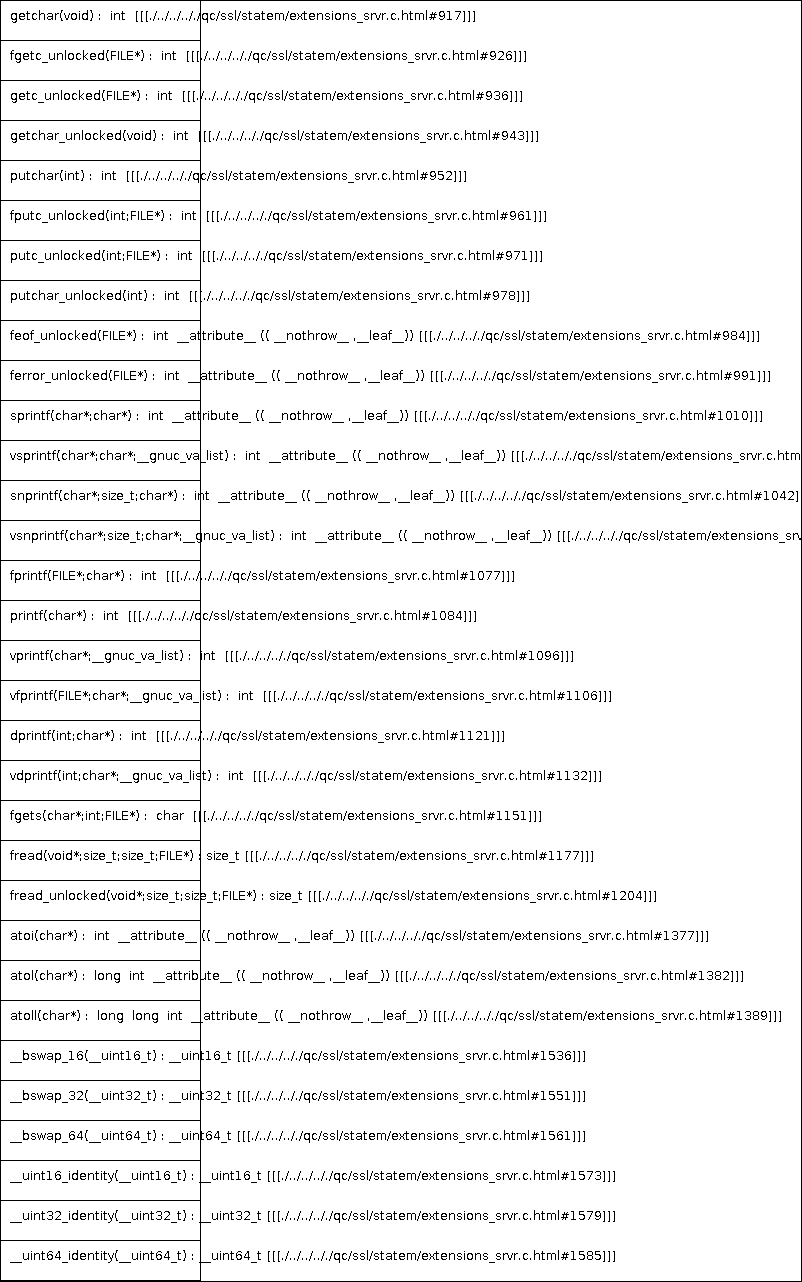
qualitesys/openssl keeps this PlantUML diagram as docs/qc/ssl/statem/extensions_srvr.c.png. Above is the earlier version. Its source is kept beside it as docs/qc/ssl/statem/extensions_srvr.c.puml.
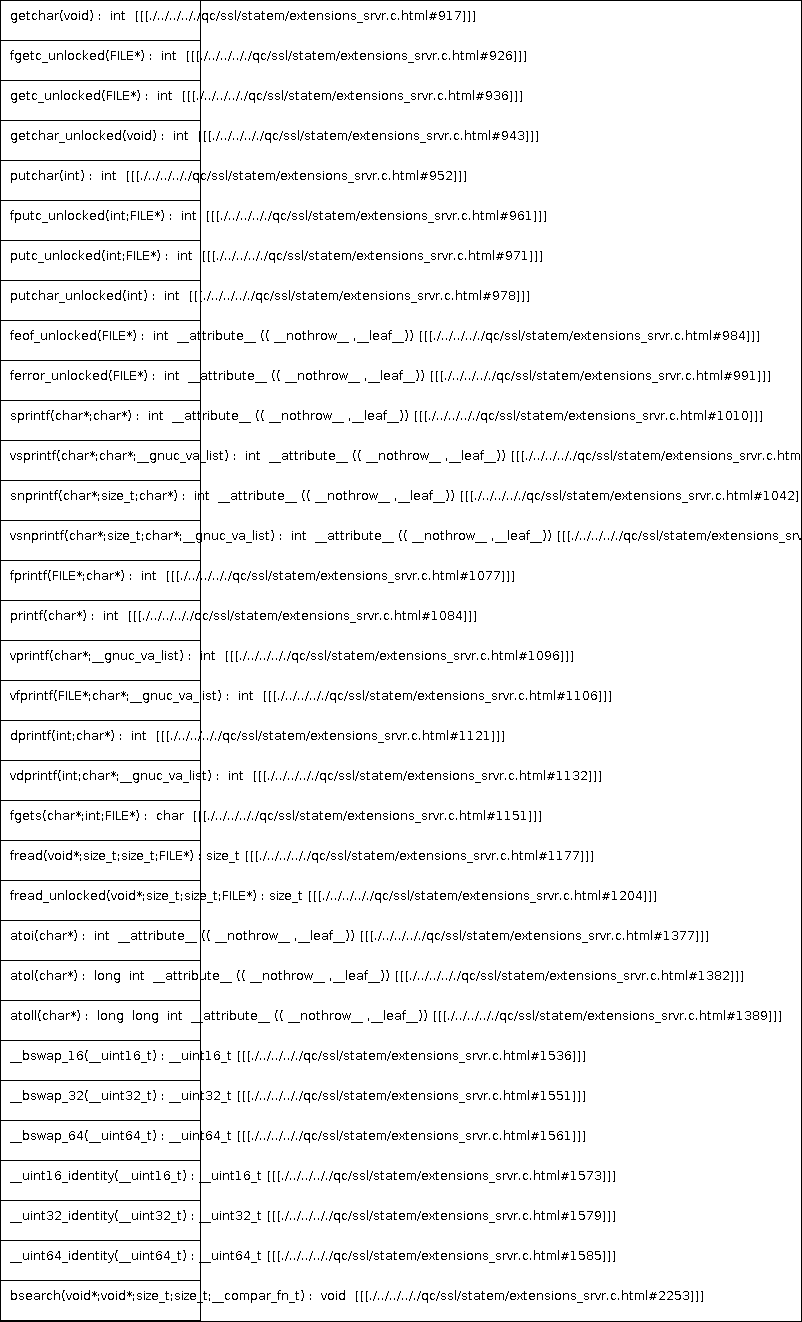
Above is the later version.

Diff of the diagram source:
```diff
@@ -33,5 +33,6 @@
 __uint16_identity(__uint16_t) : __uint16_t [[[./../../.././qc/ssl/statem/extensions_srvr.c.html#1573]]]
 __uint32_identity(__uint32_t) : __uint32_t [[[./../../.././qc/ssl/statem/extensions_srvr.c.html#1579]]]
 __uint64_identity(__uint64_t) : __uint64_t [[[./../../.././qc/ssl/statem/extensions_srvr.c.html#1585]]]
+bsearch(void*;void*;size_t;size_t;__compar_fn_t) :  void  [[[./../../.././qc/ssl/statem/extensions_srvr.c.html#2253]]]
 }
 @enduml
```
